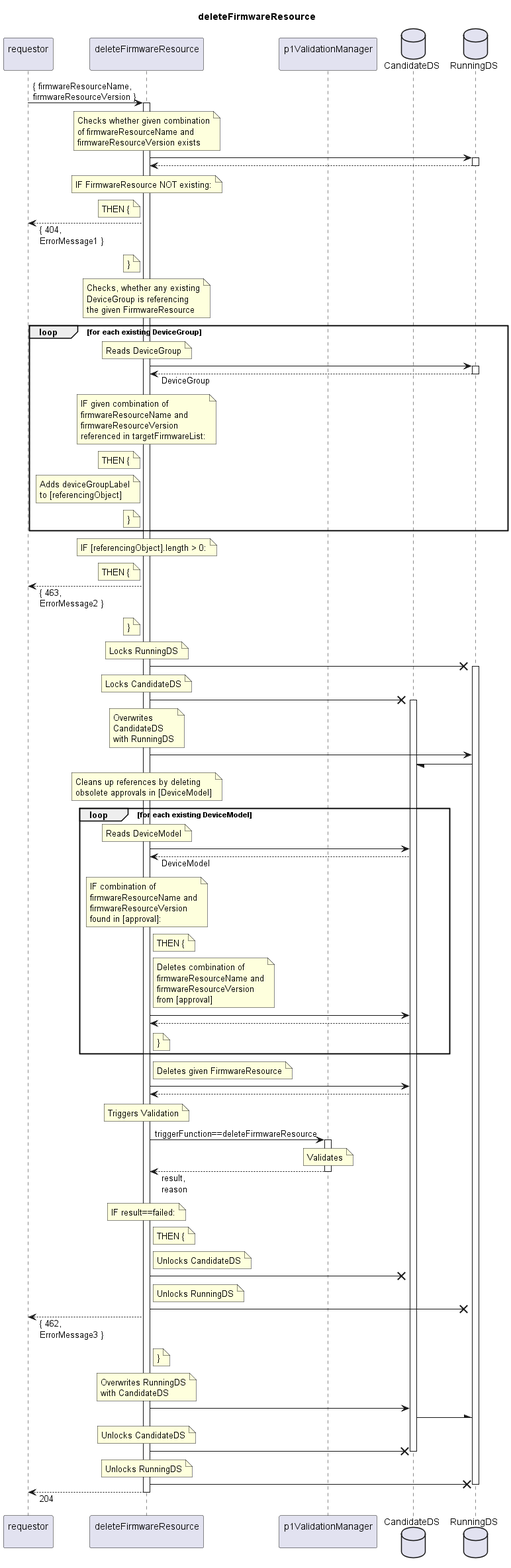
Above: spec/Services/deleteFirmwareResource/1.0.0/deleteFirmwareResource.png in openBackhaul/FirmWareManager (PlantUML), before the change.
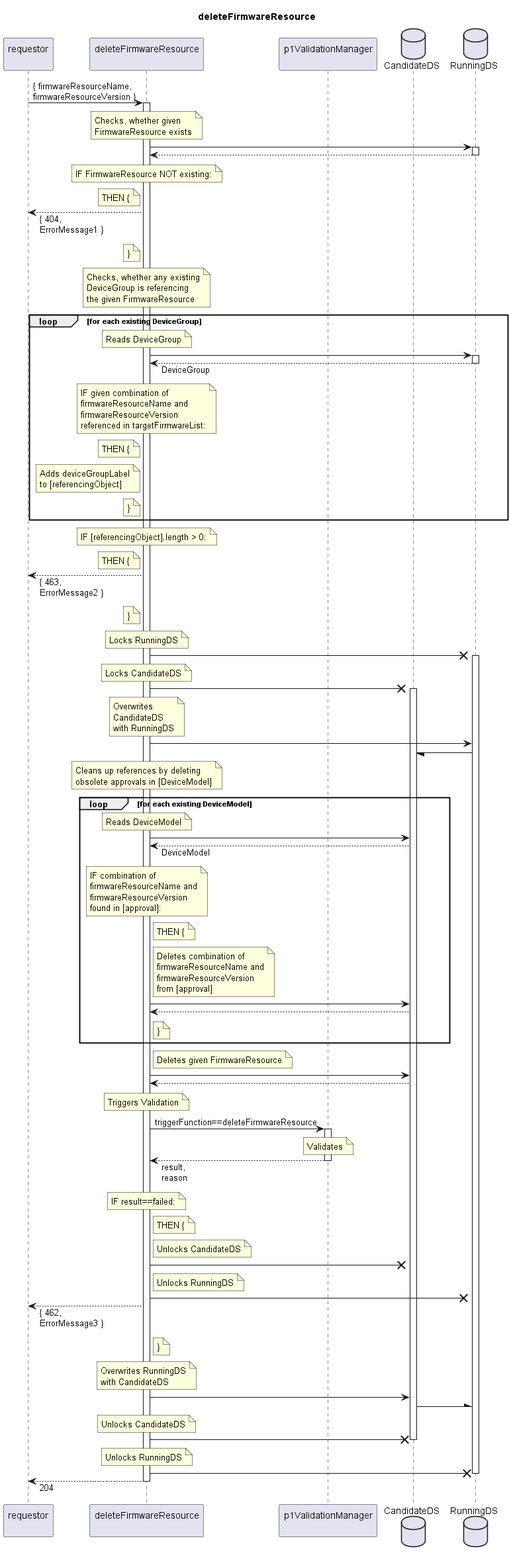
Above is the later version.

Change to the diagram source:
```diff
@@ -15,9 +15,8 @@
 activate indServ
 
   note over indServ
-    Checks whether given combination
-    of firmwareResourceName and
-    firmwareResourceVersion exists
+    Checks, whether given
+    FirmwareResource exists
   end note
   indServ -> RunDS
   activate RunDS
```
